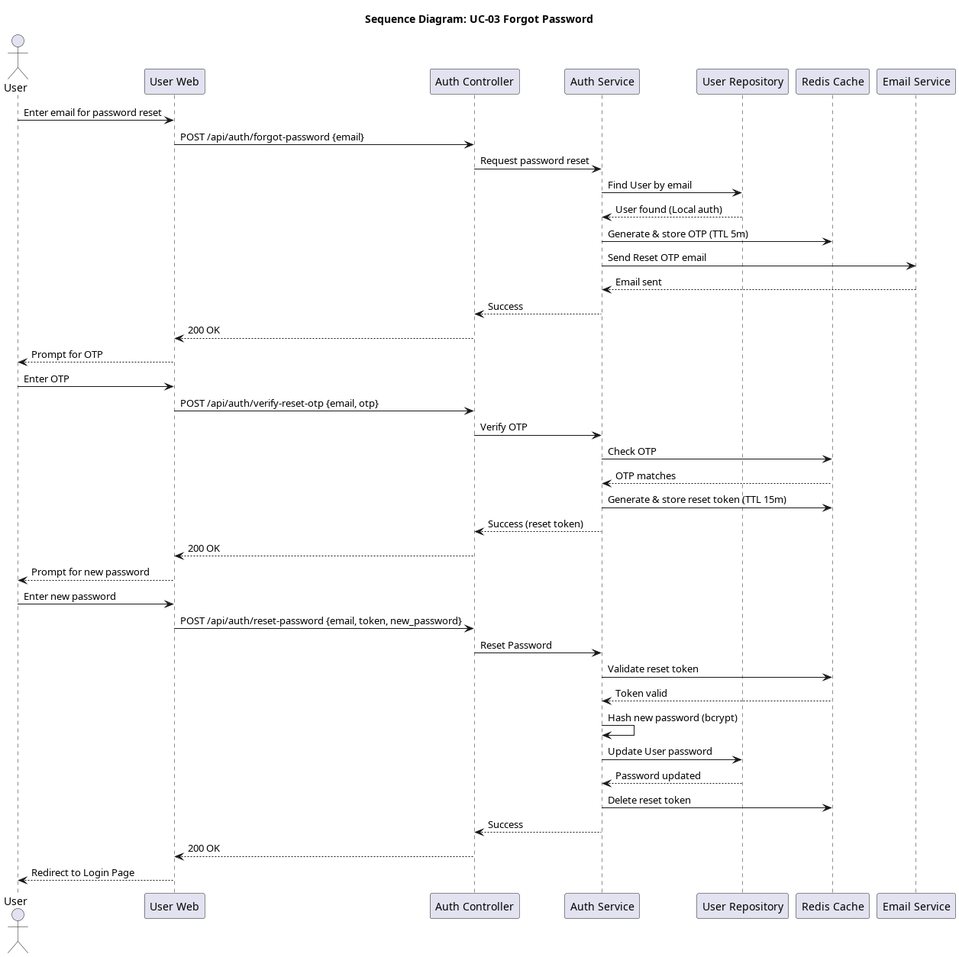
Above: docs/srs_add/SAD/diagrams/seq_03_forgot_password.png in giakiet05/lkforum-new (PlantUML), before the change. The source it was exported from:
```plantuml
@startuml seq_03_forgot_password
title Sequence Diagram: UC-03 Forgot Password

actor User
participant "User Web" as Frontend
participant "Auth Controller" as Controller
participant "Auth Service" as Service
participant "User Repository" as Repo
participant "Redis Cache" as Redis
participant "Email Service" as Email

User -> Frontend: Enter email for password reset
Frontend -> Controller: POST /api/auth/forgot-password {email}
Controller -> Service: Request password reset
Service -> Repo: Find User by email
Repo --> Service: User found (Local auth)
Service -> Redis: Generate & store OTP (TTL 5m)
Service -> Email: Send Reset OTP email
Email --> Service: Email sent
Service --> Controller: Success
Controller --> Frontend: 200 OK
Frontend --> User: Prompt for OTP

User -> Frontend: Enter OTP
Frontend -> Controller: POST /api/auth/verify-reset-otp {email, otp}
Controller -> Service: Verify OTP
Service -> Redis: Check OTP
Redis --> Service: OTP matches
Service -> Redis: Generate & store reset token (TTL 15m)
Service --> Controller: Success (reset token)
Controller --> Frontend: 200 OK
Frontend --> User: Prompt for new password

User -> Frontend: Enter new password
Frontend -> Controller: POST /api/auth/reset-password {email, token, new_password}
Controller -> Service: Reset Password
Service -> Redis: Validate reset token
Redis --> Service: Token valid
Service -> Service: Hash new password (bcrypt)
Service -> Repo: Update User password
Repo --> Service: Password updated
Service -> Redis: Delete reset token
Service --> Controller: Success
Controller --> Frontend: 200 OK
Frontend --> User: Redirect to Login Page
@enduml
```
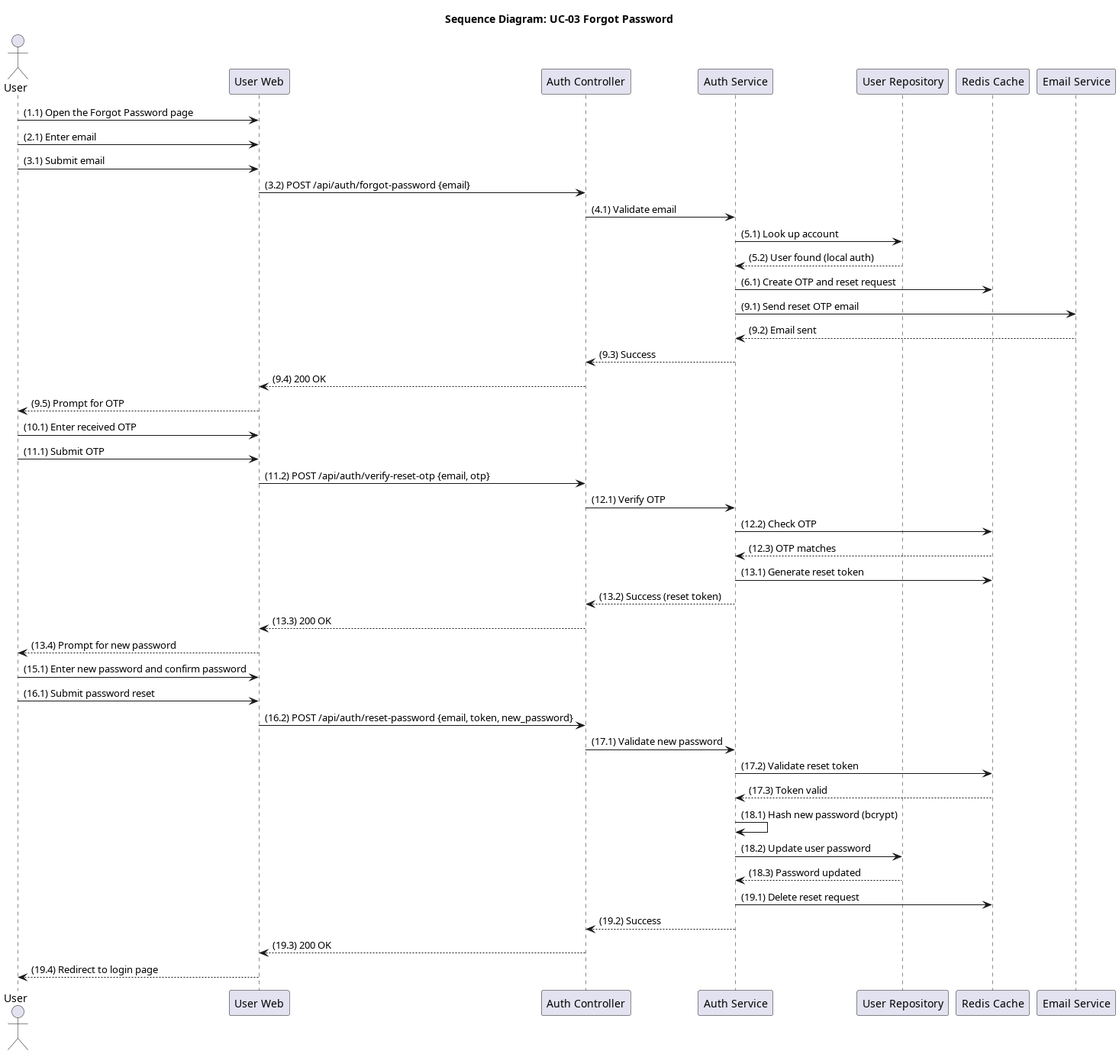
After the change.

The edit, as a diff of the source:
```diff
@@ -9,38 +9,42 @@
 participant "Redis Cache" as Redis
 participant "Email Service" as Email
 
-User -> Frontend: Enter email for password reset
-Frontend -> Controller: POST /api/auth/forgot-password {email}
-Controller -> Service: Request password reset
-Service -> Repo: Find User by email
-Repo --> Service: User found (Local auth)
-Service -> Redis: Generate & store OTP (TTL 5m)
-Service -> Email: Send Reset OTP email
-Email --> Service: Email sent
-Service --> Controller: Success
-Controller --> Frontend: 200 OK
-Frontend --> User: Prompt for OTP
+User -> Frontend: (1.1) Open the Forgot Password page
+User -> Frontend: (2.1) Enter email
+User -> Frontend: (3.1) Submit email
+Frontend -> Controller: (3.2) POST /api/auth/forgot-password {email}
+Controller -> Service: (4.1) Validate email
+Service -> Repo: (5.1) Look up account
+Repo --> Service: (5.2) User found (local auth)
+Service -> Redis: (6.1) Create OTP and reset request
+Service -> Email: (9.1) Send reset OTP email
+Email --> Service: (9.2) Email sent
+Service --> Controller: (9.3) Success
+Controller --> Frontend: (9.4) 200 OK
+Frontend --> User: (9.5) Prompt for OTP
 
-User -> Frontend: Enter OTP
-Frontend -> Controller: POST /api/auth/verify-reset-otp {email, otp}
-Controller -> Service: Verify OTP
-Service -> Redis: Check OTP
-Redis --> Service: OTP matches
-Service -> Redis: Generate & store reset token (TTL 15m)
-Service --> Controller: Success (reset token)
-Controller --> Frontend: 200 OK
-Frontend --> User: Prompt for new password
+User -> Frontend: (10.1) Enter received OTP
+User -> Frontend: (11.1) Submit OTP
+Frontend -> Controller: (11.2) POST /api/auth/verify-reset-otp {email, otp}
+Controller -> Service: (12.1) Verify OTP
+Service -> Redis: (12.2) Check OTP
+Redis --> Service: (12.3) OTP matches
+Service -> Redis: (13.1) Generate reset token
+Service --> Controller: (13.2) Success (reset token)
+Controller --> Frontend: (13.3) 200 OK
+Frontend --> User: (13.4) Prompt for new password
 
-User -> Frontend: Enter new password
-Frontend -> Controller: POST /api/auth/reset-password {email, token, new_password}
-Controller -> Service: Reset Password
-Service -> Redis: Validate reset token
-Redis --> Service: Token valid
-Service -> Service: Hash new password (bcrypt)
-Service -> Repo: Update User password
-Repo --> Service: Password updated
-Service -> Redis: Delete reset token
-Service --> Controller: Success
-Controller --> Frontend: 200 OK
-Frontend --> User: Redirect to Login Page
+User -> Frontend: (15.1) Enter new password and confirm password
+User -> Frontend: (16.1) Submit password reset
+Frontend -> Controller: (16.2) POST /api/auth/reset-password {email, token, new_password}
+Controller -> Service: (17.1) Validate new password
+Service -> Redis: (17.2) Validate reset token
+Redis --> Service: (17.3) Token valid
+Service -> Service: (18.1) Hash new password (bcrypt)
+Service -> Repo: (18.2) Update user password
+Repo --> Service: (18.3) Password updated
+Service -> Redis: (19.1) Delete reset request
+Service --> Controller: (19.2) Success
+Controller --> Frontend: (19.3) 200 OK
+Frontend --> User: (19.4) Redirect to login page
 @enduml
```
